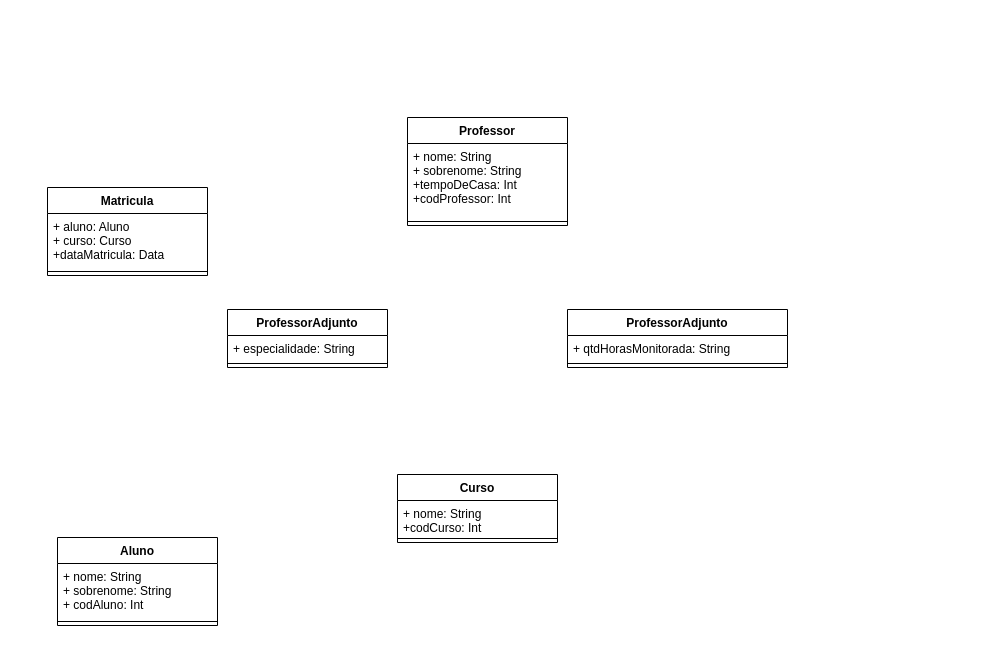
The draw.io diagram DiagramaDesafio1.drawio in renanhsilva/DigitalHouseDesafioModulo1, before the edit. Source tidied: cells renumbered, new cells numbered last; positions are measured from the earlier drawing's top-left corner, leaving out a move shared by most shapes. Both pictures are drawn from the tidied source at 100%, with x=0, y=0 at pixel (47, 117).
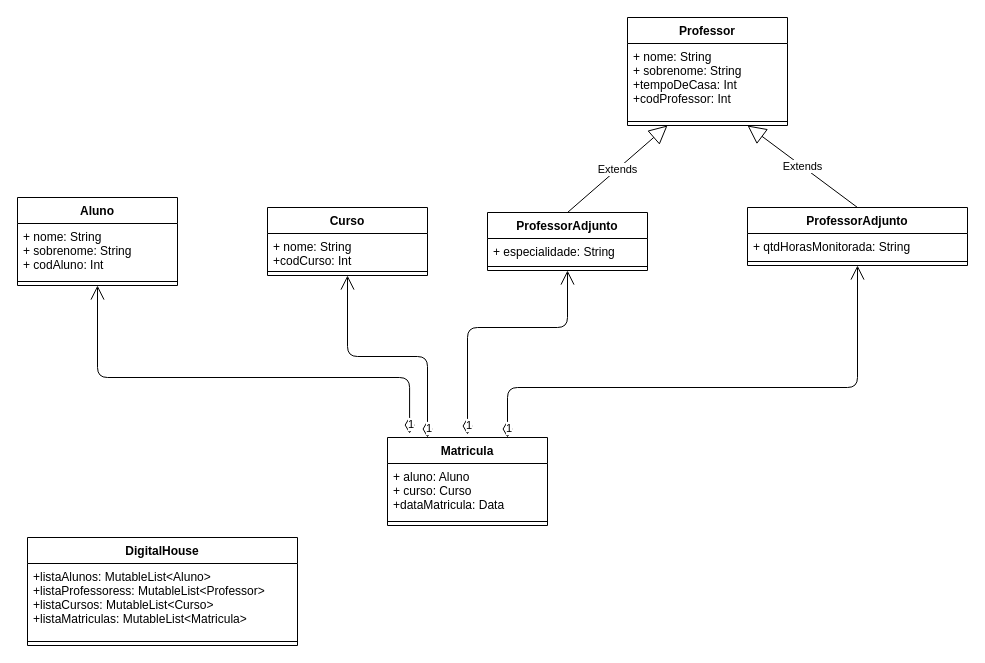
The same diagram, later.

What changed in the source:
```diff
@@
+    <mxCell id="8" value="ProfessorAdjunto" style="swimlane;fontStyle=1;align=center;verticalAlign=top;horizontal=1;startSize=26;" parent="1" vertex="1">
+      <mxGeometry x="440" y="95" width="160" height="58" as="geometry" />
+    </mxCell>
+    <mxCell id="9" value="+ especialidade: String" style="text;strokeColor=none;fillColor=none;align=left;verticalAlign=top;spacingLeft=4;spacingRight=4;overflow=hidden;" parent="8" vertex="1">
+      <mxGeometry y="26" width="160" height="24" as="geometry" />
+    </mxCell>
+    <mxCell id="10" style="line;strokeWidth=1;fillColor=none;align=left;verticalAlign=middle;spacingTop=-1;spacingLeft=3;spacingRight=3;labelPosition=right;" parent="8" vertex="1">
+      <mxGeometry y="50" width="160" height="8" as="geometry" />
+    </mxCell>
+    <mxCell id="14" value="Aluno" style="swimlane;fontStyle=1;align=center;verticalAlign=top;horizontal=1;startSize=26;" parent="1" vertex="1">
+      <mxGeometry x="-30" y="80" width="160" height="88" as="geometry" />
+    </mxCell>
+    <mxCell id="15" value="+ nome: String&#10;+ sobrenome: String&#10;+ codAluno: Int" style="text;strokeColor=none;fillColor=none;align=left;verticalAlign=top;spacingLeft=4;spacingRight=4;overflow=hidden;" parent="14" vertex="1">
+      <mxGeometry y="26" width="160" height="54" as="geometry" />
+    </mxCell>
+    <mxCell id="16" style="line;strokeWidth=1;fillColor=none;align=left;verticalAlign=middle;spacingTop=-1;spacingLeft=3;spacingRight=3;labelPosition=right;" parent="14" vertex="1">
+      <mxGeometry y="80" width="160" height="8" as="geometry" />
+    </mxCell>
+    <mxCell id="20" value="Extends" style="endArrow=block;endSize=16;endFill=0;html=1;exitX=0.5;exitY=0;exitDx=0;exitDy=0;entryX=0.25;entryY=1;entryDx=0;entryDy=0;" parent="1" edge="1" source="8" target="2">
+      <mxGeometry relative="1" as="geometry" />
+    </mxCell>
+    <mxCell id="21" value="Extends" style="endArrow=block;endSize=16;endFill=0;html=1;exitX=0.5;exitY=0;exitDx=0;exitDy=0;entryX=0.75;entryY=1;entryDx=0;entryDy=0;" parent="1" edge="1" source="5" target="2">
+      <mxGeometry relative="1" as="geometry" />
+    </mxCell>
     <mxCell id="2" value="Professor" style="swimlane;fontStyle=1;align=center;verticalAlign=top;horizontal=1;startSize=26;" parent="1" vertex="1">
-      <mxGeometry x="360" width="160" height="108" as="geometry" />
+      <mxGeometry x="580" y="-100" width="160" height="108" as="geometry" />
     </mxCell>
@@
     <mxCell id="5" value="ProfessorAdjunto" style="swimlane;fontStyle=1;align=center;verticalAlign=top;horizontal=1;startSize=26;" parent="1" vertex="1">
-      <mxGeometry x="520" y="192" width="220" height="58" as="geometry" />
+      <mxGeometry x="700" y="90" width="220" height="58" as="geometry" />
     </mxCell>
@@
-    <mxCell id="8" value="ProfessorAdjunto" style="swimlane;fontStyle=1;align=center;verticalAlign=top;horizontal=1;startSize=26;" parent="1" vertex="1">
-      <mxGeometry x="180" y="192" width="160" height="58" as="geometry" />
-    </mxCell>
-    <mxCell id="9" value="+ especialidade: String" style="text;strokeColor=none;fillColor=none;align=left;verticalAlign=top;spacingLeft=4;spacingRight=4;overflow=hidden;" parent="8" vertex="1">
-      <mxGeometry y="26" width="160" height="24" as="geometry" />
-    </mxCell>
-    <mxCell id="10" style="line;strokeWidth=1;fillColor=none;align=left;verticalAlign=middle;spacingTop=-1;spacingLeft=3;spacingRight=3;labelPosition=right;" parent="8" vertex="1">
-      <mxGeometry y="50" width="160" height="8" as="geometry" />
-    </mxCell>
     <mxCell id="11" value="Curso" style="swimlane;fontStyle=1;align=center;verticalAlign=top;horizontal=1;startSize=26;" parent="1" vertex="1">
-      <mxGeometry x="350" y="357" width="160" height="68" as="geometry" />
+      <mxGeometry x="220" y="90" width="160" height="68" as="geometry" />
     </mxCell>
@@
-    <mxCell id="14" value="Aluno" style="swimlane;fontStyle=1;align=center;verticalAlign=top;horizontal=1;startSize=26;" parent="1" vertex="1">
-      <mxGeometry x="10" y="420" width="160" height="88" as="geometry" />
-    </mxCell>
-    <mxCell id="15" value="+ nome: String&#10;+ sobrenome: String&#10;+ codAluno: Int" style="text;strokeColor=none;fillColor=none;align=left;verticalAlign=top;spacingLeft=4;spacingRight=4;overflow=hidden;" parent="14" vertex="1">
-      <mxGeometry y="26" width="160" height="54" as="geometry" />
-    </mxCell>
-    <mxCell id="16" style="line;strokeWidth=1;fillColor=none;align=left;verticalAlign=middle;spacingTop=-1;spacingLeft=3;spacingRight=3;labelPosition=right;" parent="14" vertex="1">
-      <mxGeometry y="80" width="160" height="8" as="geometry" />
-    </mxCell>
     <mxCell id="17" value="Matricula" style="swimlane;fontStyle=1;align=center;verticalAlign=top;horizontal=1;startSize=26;" parent="1" vertex="1">
-      <mxGeometry y="70" width="160" height="88" as="geometry" />
+      <mxGeometry x="340" y="320" width="160" height="88" as="geometry" />
     </mxCell>
@@
+    <mxCell id="22" value="1" style="endArrow=open;html=1;endSize=12;startArrow=diamondThin;startSize=14;startFill=0;edgeStyle=orthogonalEdgeStyle;align=left;verticalAlign=bottom;exitX=0.138;exitY=-0.045;exitDx=0;exitDy=0;exitPerimeter=0;entryX=0.5;entryY=1;entryDx=0;entryDy=0;" parent="1" edge="1" source="17" target="14">
+      <mxGeometry x="-1" y="3" relative="1" as="geometry">
+        <Array as="points">
+          <mxPoint x="362" y="260" />
+          <mxPoint x="50" y="260" />
+        </Array>
+      </mxGeometry>
+    </mxCell>
+    <mxCell id="23" value="1" style="endArrow=open;html=1;endSize=12;startArrow=diamondThin;startSize=14;startFill=0;edgeStyle=orthogonalEdgeStyle;align=left;verticalAlign=bottom;entryX=0.5;entryY=1;entryDx=0;entryDy=0;exitX=0.25;exitY=0;exitDx=0;exitDy=0;" parent="1" edge="1" source="17" target="11">
+      <mxGeometry x="-1" y="3" relative="1" as="geometry" />
+    </mxCell>
+    <mxCell id="24" value="1" style="endArrow=open;html=1;endSize=12;startArrow=diamondThin;startSize=14;startFill=0;edgeStyle=orthogonalEdgeStyle;align=left;verticalAlign=bottom;entryX=0.5;entryY=1;entryDx=0;entryDy=0;" parent="1" edge="1" target="8">
+      <mxGeometry x="-1" y="3" relative="1" as="geometry">
+        <mxPoint x="420" y="317" as="sourcePoint" />
+        <Array as="points">
+          <mxPoint x="420" y="210" />
+          <mxPoint x="520" y="210" />
+        </Array>
+      </mxGeometry>
+    </mxCell>
+    <mxCell id="25" value="1" style="endArrow=open;html=1;endSize=12;startArrow=diamondThin;startSize=14;startFill=0;edgeStyle=orthogonalEdgeStyle;align=left;verticalAlign=bottom;exitX=0.75;exitY=0;exitDx=0;exitDy=0;entryX=0.5;entryY=1;entryDx=0;entryDy=0;" parent="1" edge="1" source="17" target="5">
+      <mxGeometry x="-1" y="3" relative="1" as="geometry">
+        <Array as="points">
+          <mxPoint x="460" y="270" />
+          <mxPoint x="810" y="270" />
+        </Array>
+      </mxGeometry>
+    </mxCell>
+    <mxCell id="26" value="DigitalHouse" style="swimlane;fontStyle=1;align=center;verticalAlign=top;horizontal=1;startSize=26;" parent="1" vertex="1">
+      <mxGeometry x="-20" y="420" width="270" height="108" as="geometry" />
+    </mxCell>
+    <mxCell id="27" value="+listaAlunos: MutableList&lt;Aluno&gt;&#10;+listaProfessoress: MutableList&lt;Professor&gt;&#10;+listaCursos: MutableList&lt;Curso&gt;&#10;+listaMatriculas: MutableList&lt;Matricula&gt;&#10;" style="text;strokeColor=none;fillColor=none;align=left;verticalAlign=top;spacingLeft=4;spacingRight=4;overflow=hidden;" parent="26" vertex="1">
+      <mxGeometry y="26" width="270" height="74" as="geometry" />
+    </mxCell>
+    <mxCell id="28" style="line;strokeWidth=1;fillColor=none;align=left;verticalAlign=middle;spacingTop=-1;spacingLeft=3;spacingRight=3;labelPosition=right;" parent="26" vertex="1">
+      <mxGeometry y="100" width="270" height="8" as="geometry" />
+    </mxCell>
```
